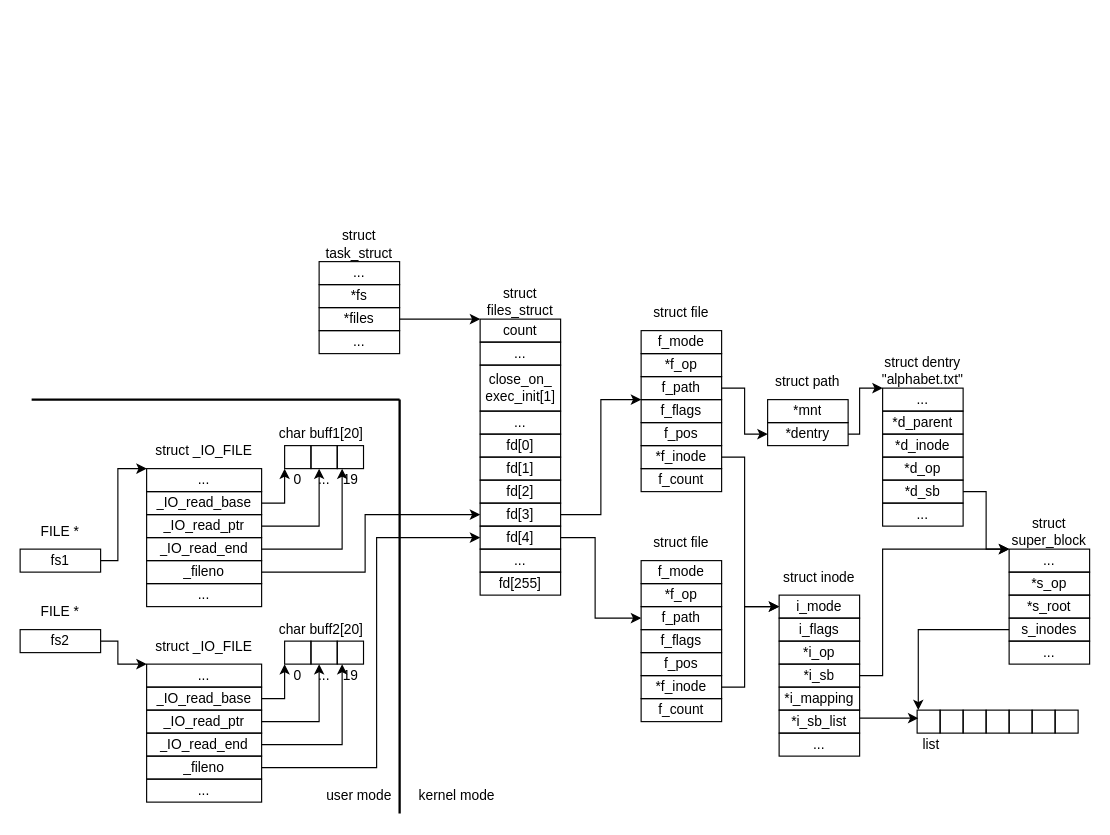
Before: page "3" (3 of 3) of 06/lab_08/report/inc/img/1.drawio in fleshbound/bmstu-os, a draw.io diagram. Source tidied: cells renumbered, new cells numbered last; positions are measured from the earlier drawing's top-left corner, leaving out a move shared by most shapes. Both pictures are drawn from the tidied source at 115%, with x=0, y=0 at pixel (20, 227).
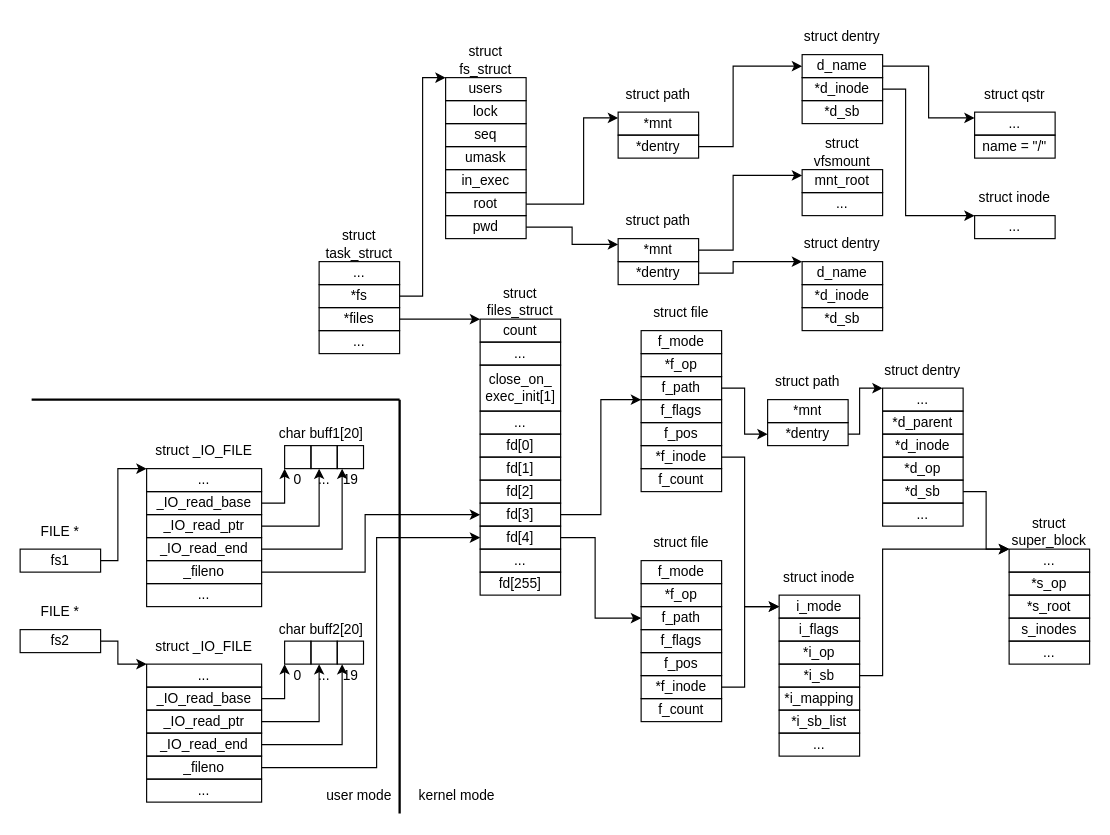
Above is the later version.

Unchanged cells that the change refers to:
```xml
<mxCell id="4" value="*fs" style="text;strokeColor=default;fillColor=none;align=center;verticalAlign=middle;spacingLeft=4;spacingRight=4;overflow=hidden;points=[[0,0.5],[1,0.5]];portConstraint=eastwest;whiteSpace=wrap;html=1;" parent="2" vertex="1">
  <mxGeometry y="50" width="70" height="20" as="geometry" />
</mxCell>
<mxCell id="47" value="s_inodes" style="text;strokeColor=default;fillColor=none;align=center;verticalAlign=middle;spacingLeft=4;spacingRight=4;overflow=hidden;points=[[0,0.5],[1,0.5]];portConstraint=eastwest;whiteSpace=wrap;html=1;" parent="43" vertex="1">
  <mxGeometry y="90" width="70" height="20" as="geometry" />
</mxCell>
<mxCell id="72" value="*i_sb_list" style="text;strokeColor=default;fillColor=none;align=center;verticalAlign=middle;spacingLeft=4;spacingRight=4;overflow=hidden;points=[[0,0.5],[1,0.5]];portConstraint=eastwest;whiteSpace=wrap;html=1;" parent="66" vertex="1">
  <mxGeometry y="130" width="70" height="20" as="geometry" />
</mxCell>
```

Change to the diagram source:
```diff
@@
-    <mxCell id="33" value="struct dentry &quot;alphabet.txt&quot;" style="swimlane;fontStyle=0;horizontal=1;startSize=30;whiteSpace=wrap;html=1;swimlaneLine=1;strokeColor=none;fillColor=default;" parent="1" vertex="1">
+    <mxCell id="33" value="struct dentry" style="swimlane;fontStyle=0;horizontal=1;startSize=30;whiteSpace=wrap;html=1;swimlaneLine=1;strokeColor=none;fillColor=default;" parent="1" vertex="1">
       <mxGeometry x="750" y="110" width="70" height="150" as="geometry" />
     </mxCell>
@@
-    <mxCell id="59" style="edgeStyle=orthogonalEdgeStyle;rounded=0;jettySize=auto;html=1;entryX=0;entryY=0.95;entryDx=0;entryDy=0;entryPerimeter=0;" parent="1" edge="1" source="47" target="126">
-      <mxGeometry relative="1" as="geometry">
-        <Array as="points">
-          <mxPoint x="781" y="350" />
-        </Array>
-      </mxGeometry>
-    </mxCell>
@@
-    <mxCell id="74" style="edgeStyle=orthogonalEdgeStyle;rounded=0;jettySize=auto;html=1;entryX=0.35;entryY=0.95;entryDx=0;entryDy=0;entryPerimeter=0;" parent="1" edge="1" source="72" target="126">
-      <mxGeometry relative="1" as="geometry">
-        <Array as="points">
-          <mxPoint x="750" y="427" />
-          <mxPoint x="750" y="427" />
-        </Array>
-      </mxGeometry>
-    </mxCell>
@@
-    <mxCell id="124" style="group;" parent="1" vertex="1">
-      <mxGeometry x="770" y="420" width="150" height="40" as="geometry" />
-    </mxCell>
-    <mxCell id="125" style="group;rotation=90;" parent="124" vertex="1">
-      <mxGeometry x="70" y="-60" width="20" height="140" as="geometry" />
-    </mxCell>
-    <mxCell id="126" value="&lt;span style=&quot;color: rgba(0, 0, 0, 0); font-family: monospace; font-size: 0px; text-align: start; text-wrap: nowrap;&quot;&gt;lis&lt;/span&gt;" style="text;strokeColor=default;fillColor=none;align=center;verticalAlign=middle;spacingLeft=4;spacingRight=4;overflow=hidden;points=[[0,0.5],[1,0.5]];portConstraint=eastwest;whiteSpace=wrap;html=1;rotation=90;" parent="125" vertex="1">
-      <mxGeometry x="-60" y="60" width="20" height="20" as="geometry" />
-    </mxCell>
-    <mxCell id="127" style="text;strokeColor=default;fillColor=none;align=center;verticalAlign=middle;spacingLeft=4;spacingRight=4;overflow=hidden;whiteSpace=wrap;html=1;rotation=90;" parent="125" vertex="1">
-      <mxGeometry x="-40" y="60" width="20" height="20" as="geometry" />
-    </mxCell>
-    <mxCell id="128" style="text;strokeColor=default;fillColor=none;align=center;verticalAlign=middle;spacingLeft=4;spacingRight=4;overflow=hidden;whiteSpace=wrap;html=1;rotation=90;" parent="125" vertex="1">
-      <mxGeometry x="-20" y="60" width="20" height="20" as="geometry" />
-    </mxCell>
-    <mxCell id="129" style="text;strokeColor=default;fillColor=none;align=center;verticalAlign=middle;spacingLeft=4;spacingRight=4;overflow=hidden;whiteSpace=wrap;html=1;rotation=90;" parent="125" vertex="1">
-      <mxGeometry y="60" width="20" height="20" as="geometry" />
-    </mxCell>
-    <mxCell id="130" style="text;strokeColor=default;fillColor=none;align=center;verticalAlign=middle;spacingLeft=4;spacingRight=4;overflow=hidden;whiteSpace=wrap;html=1;rotation=90;" parent="125" vertex="1">
-      <mxGeometry x="20" y="60" width="20" height="20" as="geometry" />
-    </mxCell>
-    <mxCell id="131" style="text;strokeColor=default;fillColor=none;align=center;verticalAlign=middle;spacingLeft=4;spacingRight=4;overflow=hidden;whiteSpace=wrap;html=1;rotation=90;" parent="125" vertex="1">
-      <mxGeometry x="40" y="60" width="20" height="20" as="geometry" />
-    </mxCell>
-    <mxCell id="132" style="text;strokeColor=default;fillColor=none;align=center;verticalAlign=middle;spacingLeft=4;spacingRight=4;overflow=hidden;whiteSpace=wrap;html=1;rotation=90;" parent="125" vertex="1">
-      <mxGeometry x="60" y="60" width="20" height="20" as="geometry" />
-    </mxCell>
-    <mxCell id="133" value="list" style="text;strokeColor=none;fillColor=none;align=center;verticalAlign=middle;spacingLeft=4;spacingRight=4;overflow=hidden;whiteSpace=wrap;html=1;" parent="124" vertex="1">
-      <mxGeometry y="20" width="45" height="20" as="geometry" />
-    </mxCell>
+    <mxCell id="134" value="struct fs_struct" style="swimlane;fontStyle=0;horizontal=1;startSize=30;whiteSpace=wrap;html=1;swimlaneLine=1;strokeColor=none;fillColor=default;" parent="1" vertex="1">
+      <mxGeometry x="370" y="-160" width="70" height="170" as="geometry" />
+    </mxCell>
+    <mxCell id="135" value="users" style="text;strokeColor=default;fillColor=none;align=center;verticalAlign=middle;spacingLeft=4;spacingRight=4;overflow=hidden;whiteSpace=wrap;html=1;" parent="134" vertex="1">
+      <mxGeometry y="30" width="70" height="20" as="geometry" />
+    </mxCell>
+    <mxCell id="136" value="lock" style="text;strokeColor=default;fillColor=none;align=center;verticalAlign=middle;spacingLeft=4;spacingRight=4;overflow=hidden;whiteSpace=wrap;html=1;" parent="134" vertex="1">
+      <mxGeometry y="50" width="70" height="20" as="geometry" />
+    </mxCell>
+    <mxCell id="137" value="seq" style="text;strokeColor=default;fillColor=none;align=center;verticalAlign=middle;spacingLeft=4;spacingRight=4;overflow=hidden;whiteSpace=wrap;html=1;" parent="134" vertex="1">
+      <mxGeometry y="70" width="70" height="20" as="geometry" />
+    </mxCell>
+    <mxCell id="138" value="umask" style="text;strokeColor=default;fillColor=none;align=center;verticalAlign=middle;spacingLeft=4;spacingRight=4;overflow=hidden;whiteSpace=wrap;html=1;" parent="134" vertex="1">
+      <mxGeometry y="90" width="70" height="20" as="geometry" />
+    </mxCell>
+    <mxCell id="139" value="in_exec" style="text;strokeColor=default;fillColor=none;align=center;verticalAlign=middle;spacingLeft=4;spacingRight=4;overflow=hidden;whiteSpace=wrap;html=1;" parent="134" vertex="1">
+      <mxGeometry y="110" width="70" height="20" as="geometry" />
+    </mxCell>
+    <mxCell id="140" value="root" style="text;strokeColor=default;fillColor=none;align=center;verticalAlign=middle;spacingLeft=4;spacingRight=4;overflow=hidden;points=[[0,0.5],[1,0.5]];portConstraint=eastwest;whiteSpace=wrap;html=1;" parent="134" vertex="1">
+      <mxGeometry y="130" width="70" height="20" as="geometry" />
+    </mxCell>
+    <mxCell id="141" value="pwd" style="text;strokeColor=default;fillColor=none;align=center;verticalAlign=middle;spacingLeft=4;spacingRight=4;overflow=hidden;points=[[0,0.5],[1,0.5]];portConstraint=eastwest;whiteSpace=wrap;html=1;" parent="134" vertex="1">
+      <mxGeometry y="150" width="70" height="20" as="geometry" />
+    </mxCell>
+    <mxCell id="142" value="struct path" style="swimlane;fontStyle=0;horizontal=1;startSize=30;whiteSpace=wrap;html=1;swimlaneLine=1;strokeColor=none;fillColor=default;" parent="1" vertex="1">
+      <mxGeometry x="520" y="-130" width="70" height="70" as="geometry" />
+    </mxCell>
+    <mxCell id="143" value="*mnt" style="text;strokeColor=default;fillColor=none;align=center;verticalAlign=middle;spacingLeft=4;spacingRight=4;overflow=hidden;whiteSpace=wrap;html=1;" parent="142" vertex="1">
+      <mxGeometry y="30" width="70" height="20" as="geometry" />
+    </mxCell>
+    <mxCell id="144" value="*dentry" style="text;strokeColor=default;fillColor=none;align=center;verticalAlign=middle;spacingLeft=4;spacingRight=4;overflow=hidden;points=[[0,0.5],[1,0.5]];portConstraint=eastwest;whiteSpace=wrap;html=1;" parent="142" vertex="1">
+      <mxGeometry y="50" width="70" height="20" as="geometry" />
+    </mxCell>
+    <mxCell id="145" style="edgeStyle=orthogonalEdgeStyle;rounded=0;jettySize=auto;html=1;exitX=1;exitY=0.5;exitDx=0;exitDy=0;" parent="1" edge="1" source="140" target="142">
+      <mxGeometry relative="1" as="geometry">
+        <Array as="points">
+          <mxPoint x="490" y="-20" />
+          <mxPoint x="490" y="-95" />
+        </Array>
+      </mxGeometry>
+    </mxCell>
+    <mxCell id="146" value="struct path" style="swimlane;fontStyle=0;horizontal=1;startSize=30;whiteSpace=wrap;html=1;swimlaneLine=1;strokeColor=none;fillColor=default;" parent="1" vertex="1">
+      <mxGeometry x="520" y="-20" width="70" height="70" as="geometry" />
+    </mxCell>
+    <mxCell id="147" value="*mnt" style="text;strokeColor=default;fillColor=none;align=center;verticalAlign=middle;spacingLeft=4;spacingRight=4;overflow=hidden;points=[[0,0.5],[1,0.5]];portConstraint=eastwest;whiteSpace=wrap;html=1;" parent="146" vertex="1">
+      <mxGeometry y="30" width="70" height="20" as="geometry" />
+    </mxCell>
+    <mxCell id="148" value="*dentry" style="text;strokeColor=default;fillColor=none;align=center;verticalAlign=middle;spacingLeft=4;spacingRight=4;overflow=hidden;points=[[0,0.5],[1,0.5]];portConstraint=eastwest;whiteSpace=wrap;html=1;" parent="146" vertex="1">
+      <mxGeometry y="50" width="70" height="20" as="geometry" />
+    </mxCell>
+    <mxCell id="149" style="edgeStyle=orthogonalEdgeStyle;rounded=0;jettySize=auto;html=1;exitX=1;exitY=0.5;exitDx=0;exitDy=0;" parent="1" edge="1" source="141" target="146">
+      <mxGeometry relative="1" as="geometry" />
+    </mxCell>
+    <mxCell id="150" value="struct vfsmount" style="swimlane;fontStyle=0;horizontal=1;startSize=30;whiteSpace=wrap;html=1;swimlaneLine=1;strokeColor=none;fillColor=default;" parent="1" vertex="1">
+      <mxGeometry x="680" y="-80" width="70" height="70" as="geometry" />
+    </mxCell>
+    <mxCell id="151" value="mnt_root" style="text;strokeColor=default;fillColor=none;align=center;verticalAlign=middle;spacingLeft=4;spacingRight=4;overflow=hidden;whiteSpace=wrap;html=1;" parent="150" vertex="1">
+      <mxGeometry y="30" width="70" height="20" as="geometry" />
+    </mxCell>
+    <mxCell id="152" value="..." style="text;strokeColor=default;fillColor=none;align=center;verticalAlign=middle;spacingLeft=4;spacingRight=4;overflow=hidden;whiteSpace=wrap;html=1;" parent="150" vertex="1">
+      <mxGeometry y="50" width="70" height="20" as="geometry" />
+    </mxCell>
+    <mxCell id="153" style="edgeStyle=orthogonalEdgeStyle;rounded=0;jettySize=auto;html=1;exitX=1;exitY=0.5;exitDx=0;exitDy=0;" parent="1" edge="1" source="147" target="150">
+      <mxGeometry relative="1" as="geometry">
+        <Array as="points">
+          <mxPoint x="620" y="20" />
+          <mxPoint x="620" y="-45" />
+        </Array>
+      </mxGeometry>
+    </mxCell>
+    <mxCell id="154" value="struct dentry" style="swimlane;fontStyle=0;horizontal=1;startSize=30;whiteSpace=wrap;html=1;swimlaneLine=1;strokeColor=none;fillColor=default;" parent="1" vertex="1">
+      <mxGeometry x="680" y="-180" width="70" height="90" as="geometry" />
+    </mxCell>
+    <mxCell id="155" value="d_name" style="text;strokeColor=default;fillColor=none;align=center;verticalAlign=middle;spacingLeft=4;spacingRight=4;overflow=hidden;points=[[0,0.5],[1,0.5]];portConstraint=eastwest;whiteSpace=wrap;html=1;" parent="154" vertex="1">
+      <mxGeometry y="30" width="70" height="20" as="geometry" />
+    </mxCell>
+    <mxCell id="156" value="*d_inode" style="text;strokeColor=default;fillColor=none;align=center;verticalAlign=middle;spacingLeft=4;spacingRight=4;overflow=hidden;points=[[0,0.5],[1,0.5]];portConstraint=eastwest;whiteSpace=wrap;html=1;" parent="154" vertex="1">
+      <mxGeometry y="50" width="70" height="20" as="geometry" />
+    </mxCell>
+    <mxCell id="157" value="*d_sb" style="text;strokeColor=default;fillColor=none;align=center;verticalAlign=middle;spacingLeft=4;spacingRight=4;overflow=hidden;whiteSpace=wrap;html=1;" parent="154" vertex="1">
+      <mxGeometry y="70" width="70" height="20" as="geometry" />
+    </mxCell>
+    <mxCell id="158" style="edgeStyle=orthogonalEdgeStyle;rounded=0;jettySize=auto;html=1;exitX=1;exitY=0.5;exitDx=0;exitDy=0;" parent="1" edge="1" source="144" target="154">
+      <mxGeometry relative="1" as="geometry">
+        <Array as="points">
+          <mxPoint x="620" y="-70" />
+          <mxPoint x="620" y="-140" />
+        </Array>
+      </mxGeometry>
+    </mxCell>
+    <mxCell id="159" value="struct qstr" style="swimlane;fontStyle=0;horizontal=1;startSize=30;whiteSpace=wrap;html=1;swimlaneLine=1;strokeColor=none;fillColor=default;" parent="1" vertex="1">
+      <mxGeometry x="830" y="-130" width="70" height="70" as="geometry" />
+    </mxCell>
+    <mxCell id="160" value="..." style="text;strokeColor=default;fillColor=none;align=center;verticalAlign=middle;spacingLeft=4;spacingRight=4;overflow=hidden;whiteSpace=wrap;html=1;" parent="159" vertex="1">
+      <mxGeometry y="30" width="70" height="20" as="geometry" />
+    </mxCell>
+    <mxCell id="161" value="name = &quot;/&quot;" style="text;strokeColor=default;fillColor=none;align=center;verticalAlign=middle;spacingLeft=4;spacingRight=4;overflow=hidden;whiteSpace=wrap;html=1;" parent="159" vertex="1">
+      <mxGeometry y="50" width="70" height="20" as="geometry" />
+    </mxCell>
+    <mxCell id="162" style="edgeStyle=orthogonalEdgeStyle;rounded=0;jettySize=auto;html=1;exitX=1;exitY=0.5;exitDx=0;exitDy=0;" parent="1" edge="1" source="155" target="159">
+      <mxGeometry relative="1" as="geometry" />
+    </mxCell>
+    <mxCell id="163" value="struct dentry" style="swimlane;fontStyle=0;horizontal=1;startSize=30;whiteSpace=wrap;html=1;swimlaneLine=1;strokeColor=none;fillColor=default;" parent="1" vertex="1">
+      <mxGeometry x="680" width="70" height="90" as="geometry" />
+    </mxCell>
+    <mxCell id="164" value="d_name" style="text;strokeColor=default;fillColor=none;align=center;verticalAlign=middle;spacingLeft=4;spacingRight=4;overflow=hidden;whiteSpace=wrap;html=1;" parent="163" vertex="1">
+      <mxGeometry y="30" width="70" height="20" as="geometry" />
+    </mxCell>
+    <mxCell id="165" value="*d_inode" style="text;strokeColor=default;fillColor=none;align=center;verticalAlign=middle;spacingLeft=4;spacingRight=4;overflow=hidden;whiteSpace=wrap;html=1;" parent="163" vertex="1">
+      <mxGeometry y="50" width="70" height="20" as="geometry" />
+    </mxCell>
+    <mxCell id="166" value="*d_sb" style="text;strokeColor=default;fillColor=none;align=center;verticalAlign=middle;spacingLeft=4;spacingRight=4;overflow=hidden;whiteSpace=wrap;html=1;" parent="163" vertex="1">
+      <mxGeometry y="70" width="70" height="20" as="geometry" />
+    </mxCell>
+    <mxCell id="167" style="edgeStyle=orthogonalEdgeStyle;rounded=0;jettySize=auto;html=1;exitX=1;exitY=0.5;exitDx=0;exitDy=0;" parent="1" edge="1" source="148" target="163">
+      <mxGeometry relative="1" as="geometry">
+        <Array as="points">
+          <mxPoint x="620" y="40" />
+          <mxPoint x="620" y="30" />
+        </Array>
+      </mxGeometry>
+    </mxCell>
+    <mxCell id="168" value="struct inode" style="swimlane;fontStyle=0;horizontal=1;startSize=30;whiteSpace=wrap;html=1;swimlaneLine=1;strokeColor=none;fillColor=default;" parent="1" vertex="1">
+      <mxGeometry x="830" y="-40" width="70" height="50" as="geometry" />
+    </mxCell>
+    <mxCell id="169" value="..." style="text;strokeColor=default;fillColor=none;align=center;verticalAlign=middle;spacingLeft=4;spacingRight=4;overflow=hidden;whiteSpace=wrap;html=1;" parent="168" vertex="1">
+      <mxGeometry y="30" width="70" height="20" as="geometry" />
+    </mxCell>
+    <mxCell id="170" style="edgeStyle=orthogonalEdgeStyle;rounded=0;jettySize=auto;html=1;exitX=1;exitY=0.5;exitDx=0;exitDy=0;" parent="1" edge="1" source="156" target="168">
+      <mxGeometry relative="1" as="geometry">
+        <Array as="points">
+          <mxPoint x="770" y="-120" />
+          <mxPoint x="770" y="-10" />
+        </Array>
+      </mxGeometry>
+    </mxCell>
+    <mxCell id="171" style="edgeStyle=orthogonalEdgeStyle;rounded=0;jettySize=auto;html=1;exitX=1;exitY=0.5;exitDx=0;exitDy=0;" parent="1" edge="1" source="4" target="134">
+      <mxGeometry relative="1" as="geometry">
+        <Array as="points">
+          <mxPoint x="350" y="60" />
+          <mxPoint x="350" y="-130" />
+        </Array>
+      </mxGeometry>
+    </mxCell>
```
